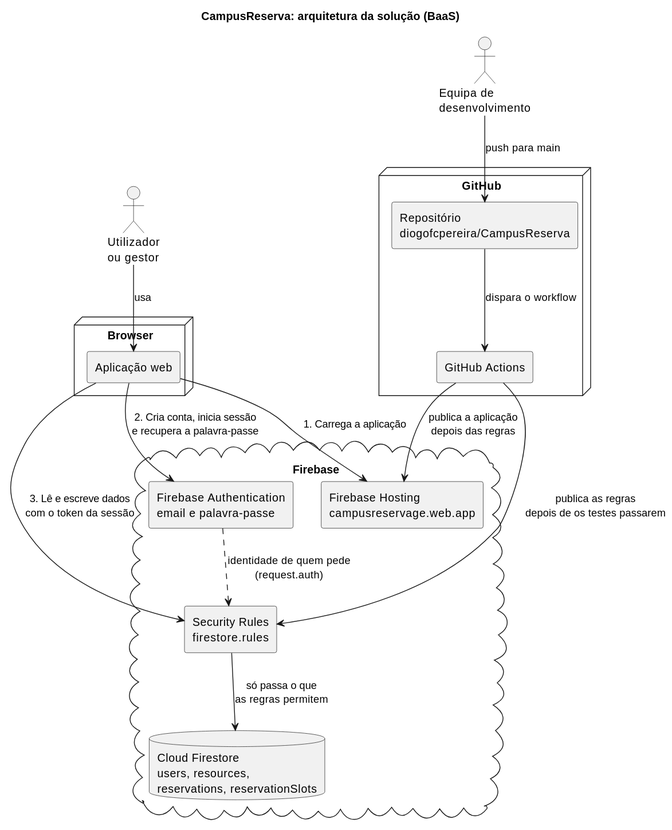
Earlier version of the PlantUML export docs/imagens/arquitetura.svg (diogofcpereira/CampusReserva).
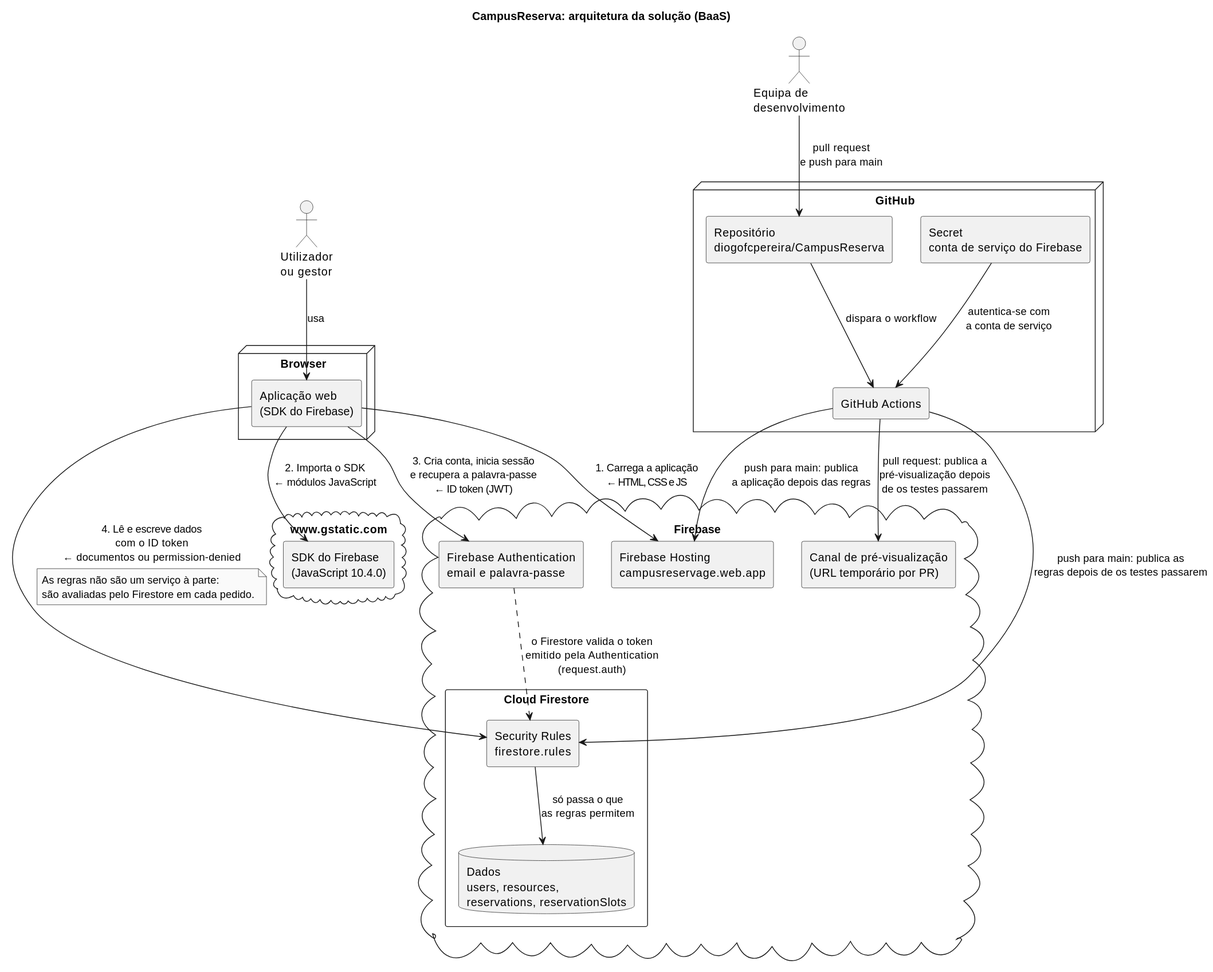
Above is the later version.

Commit message:
Diagrama arquitetura update

What changed in the source:
```diff
@@ -10,30 +10,45 @@
 actor "Equipa de\ndesenvolvimento" as equipa
 
 node "Browser" as browser {
-  component "Aplicação web" as app
+  component "Aplicação web\n(SDK do Firebase)" as app
+}
+
+cloud "www.gstatic.com" as gstatic {
+  component "SDK do Firebase\n(JavaScript 10.4.0)" as sdk
 }
 
 cloud "Firebase" as firebase {
   component "Firebase Hosting\ncampusreservage.web.app" as hosting
+  component "Canal de pré-visualização\n(URL temporário por PR)" as preview
   component "Firebase Authentication\nemail e palavra-passe" as auth
-  component "Security Rules\nfirestore.rules" as rules
-  database "Cloud Firestore\nusers, resources,\nreservations, reservationSlots" as db
+  rectangle "Cloud Firestore" as firestore {
+    component "Security Rules\nfirestore.rules" as rules
+    database "Dados\nusers, resources,\nreservations, reservationSlots" as db
+  }
 }
 
 node "GitHub" as github {
   component "Repositório\ndiogofcpereira/CampusReserva" as repo
   component "GitHub Actions" as actions
+  component "Secret\nconta de serviço do Firebase" as secret
 }
 
 pessoa --> app : usa
-app --> hosting : 1. Carrega a aplicação
-app --> auth : 2. Cria conta, inicia sessão\ne recupera a palavra-passe
-app --> rules : 3. Lê e escreve dados\ncom o token da sessão
-auth ..> rules : identidade de quem pede\n(request.auth)
+app --> hosting : 1. Carrega a aplicação\n← HTML, CSS e JS
+app --> sdk : 2. Importa o SDK\n← módulos JavaScript
+app --> auth : 3. Cria conta, inicia sessão\ne recupera a palavra-passe\n← ID token (JWT)
+app --> rules : 4. Lê e escreve dados\ncom o ID token\n← documentos ou permission-denied
+note on link
+  As regras não são um serviço à parte:
+  são avaliadas pelo Firestore em cada pedido.
+end note
+auth ..> rules : o Firestore valida o token\nemitido pela Authentication\n(request.auth)
 rules --> db : só passa o que\nas regras permitem
 
-equipa --> repo : push para main
+equipa --> repo : pull request\ne push para main
 repo --> actions : dispara o workflow
-actions --> rules : publica as regras\ndepois de os testes passarem
-actions --> hosting : publica a aplicação\ndepois das regras
+secret --> actions : autentica-se com\na conta de serviço
+actions --> preview : pull request: publica a\npré-visualização depois\nde os testes passarem
+actions --> rules : push para main: publica as\nregras depois de os testes passarem
+actions --> hosting : push para main: publica\na aplicação depois das regras
 @enduml
```
